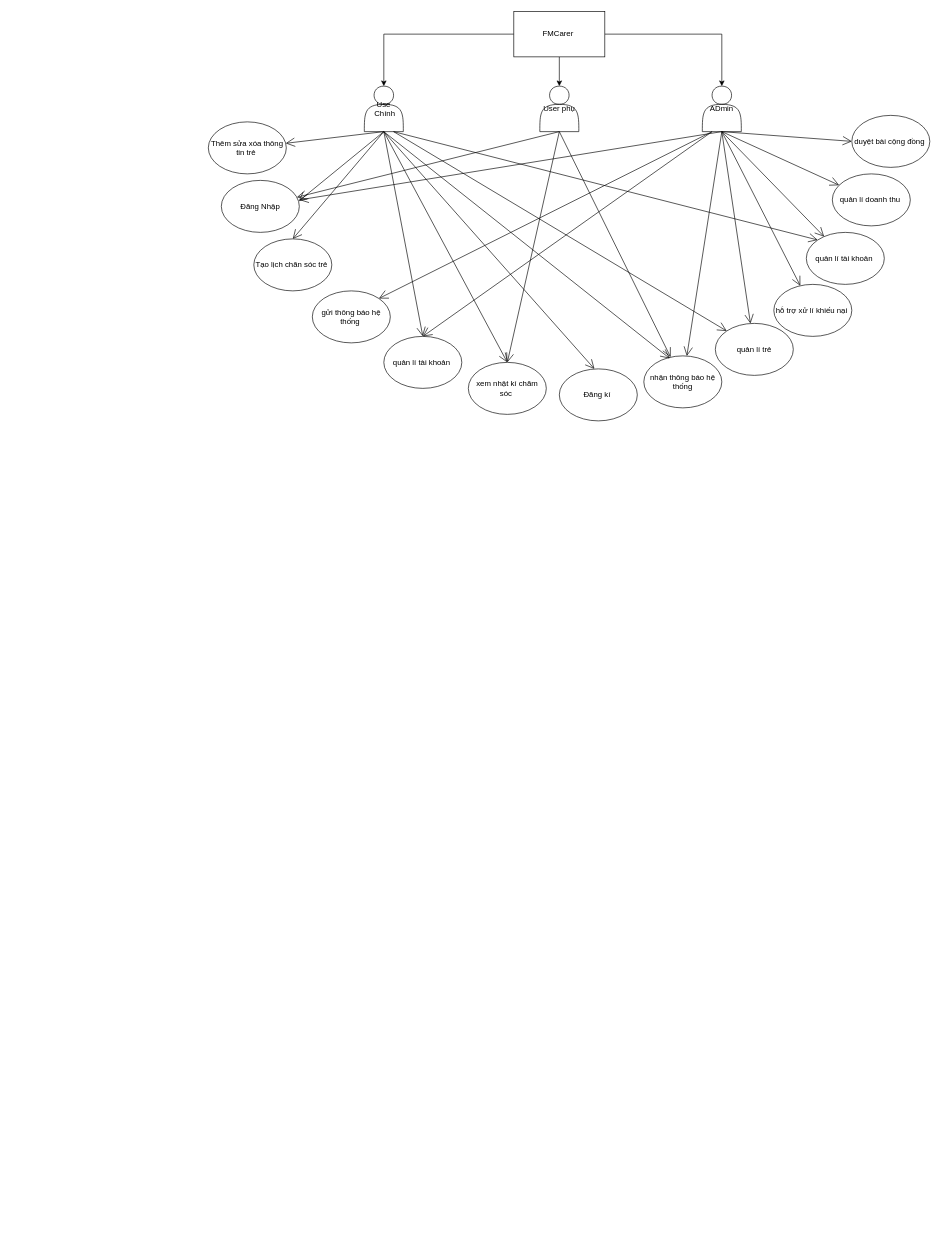
This is UseCase.drawio from NguyenTuanDat187/draw, a draw.io file, before an edit. Source tidied: cells renumbered, new cells numbered last; positions are measured from the earlier drawing's top-left corner, leaving out a move shared by most shapes. Both pictures are drawn from the tidied source at 65%, with x=0, y=0 at pixel (208, 11).
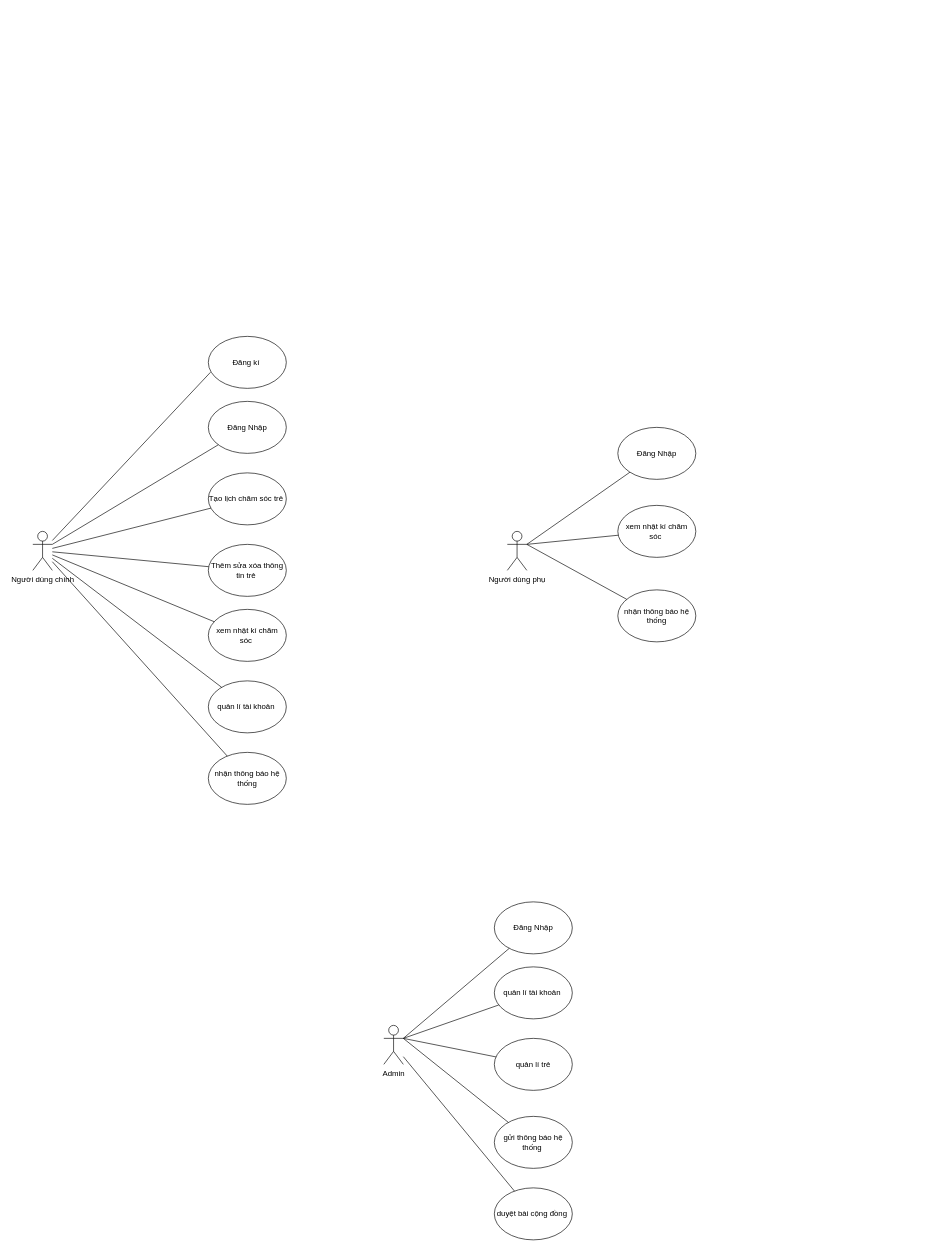
The same diagram, later.

Diff of the diagram source:
```diff
@@
-    <mxCell id="2" style="edgeStyle=orthogonalEdgeStyle;rounded=0;jettySize=auto;html=1;entryX=0.5;entryY=0;entryDx=0;entryDy=0;" parent="1" edge="1" source="5" target="6">
-      <mxGeometry relative="1" as="geometry" />
-    </mxCell>
-    <mxCell id="3" style="edgeStyle=orthogonalEdgeStyle;rounded=0;jettySize=auto;html=1;" parent="1" edge="1" source="5" target="8">
-      <mxGeometry relative="1" as="geometry" />
-    </mxCell>
-    <mxCell id="4" style="edgeStyle=orthogonalEdgeStyle;rounded=0;jettySize=auto;html=1;entryX=0.5;entryY=0;entryDx=0;entryDy=0;" parent="1" edge="1" source="5" target="7">
-      <mxGeometry relative="1" as="geometry" />
+    <mxCell id="4" style="edgeStyle=orthogonalEdgeStyle;rounded=0;orthogonalLoop=1;jettySize=auto;html=1;entryX=0.5;entryY=0;entryDx=0;entryDy=0;" parent="1" edge="1">
+      <mxGeometry relative="1" as="geometry">
+        <mxPoint x="540" y="70" as="sourcePoint" />
+      </mxGeometry>
     </mxCell>
-    <mxCell id="5" value="FMCarer&amp;nbsp;" style="rounded=0;whiteSpace=wrap;html=1;" parent="1" vertex="1">
-      <mxGeometry x="470" width="140" height="70" as="geometry" />
-    </mxCell>
-    <mxCell id="6" value="Use&lt;div&gt;&amp;nbsp;Chính&lt;/div&gt;" style="shape=actor;whiteSpace=wrap;html=1;" parent="1" vertex="1">
-      <mxGeometry x="240" y="115" width="60" height="70" as="geometry" />
-    </mxCell>
-    <mxCell id="7" value="User phụ" style="shape=actor;whiteSpace=wrap;html=1;" parent="1" vertex="1">
-      <mxGeometry x="510" y="115" width="60" height="70" as="geometry" />
-    </mxCell>
-    <mxCell id="8" value="ADmin" style="shape=actor;whiteSpace=wrap;html=1;" parent="1" vertex="1">
-      <mxGeometry x="760" y="115" width="60" height="70" as="geometry" />
-    </mxCell>
     <mxCell id="9" value="Đăng kí&amp;nbsp;" style="ellipse;whiteSpace=wrap;html=1;" parent="1" vertex="1">
-      <mxGeometry x="540" y="550" width="120" height="80" as="geometry" />
+      <mxGeometry y="500" width="120" height="80" as="geometry" />
     </mxCell>
     <mxCell id="10" value="Đăng Nhập" style="ellipse;whiteSpace=wrap;html=1;" parent="1" vertex="1">
-      <mxGeometry x="20" y="260" width="120" height="80" as="geometry" />
+      <mxGeometry y="600" width="120" height="80" as="geometry" />
     </mxCell>
     <mxCell id="11" value="Thêm sửa xóa thông tin trẻ&amp;nbsp;" style="ellipse;whiteSpace=wrap;html=1;" parent="1" vertex="1">
-      <mxGeometry y="170" width="120" height="80" as="geometry" />
+      <mxGeometry y="820" width="120" height="80" as="geometry" />
     </mxCell>
-    <mxCell id="12" value="Tạo lịch chăn sóc trẻ&amp;nbsp;" style="ellipse;whiteSpace=wrap;html=1;" parent="1" vertex="1">
-      <mxGeometry x="70" y="350" width="120" height="80" as="geometry" />
+    <mxCell id="12" value="Tạo lịch chăm sóc trẻ&amp;nbsp;" style="ellipse;whiteSpace=wrap;html=1;" parent="1" vertex="1">
+      <mxGeometry y="710" width="120" height="80" as="geometry" />
     </mxCell>
     <mxCell id="13" value="xem nhật kí chăm sóc&amp;nbsp;" style="ellipse;whiteSpace=wrap;html=1;" parent="1" vertex="1">
-      <mxGeometry x="400" y="540" width="120" height="80" as="geometry" />
+      <mxGeometry y="920" width="120" height="80" as="geometry" />
     </mxCell>
+    <mxCell id="15" value="quản lí tài khoản&amp;nbsp;" style="ellipse;whiteSpace=wrap;html=1;" parent="1" vertex="1">
+      <mxGeometry y="1030" width="120" height="80" as="geometry" />
+    </mxCell>
+    <mxCell id="18" value="nhận thông báo hệ thống" style="ellipse;whiteSpace=wrap;html=1;" parent="1" vertex="1">
+      <mxGeometry y="1140" width="120" height="80" as="geometry" />
+    </mxCell>
+    <mxCell id="43" value="Người dùng chính" style="shape=umlActor;verticalLabelPosition=bottom;verticalAlign=top;html=1;outlineConnect=0;" parent="1" vertex="1">
+      <mxGeometry x="-270" y="800" width="30" height="60" as="geometry" />
+    </mxCell>
+    <mxCell id="44" style="endArrow=none;html=1;rounded=0;entryX=0.028;entryY=0.69;entryDx=0;entryDy=0;entryPerimeter=0;" parent="1" edge="1" source="43" target="9">
+      <mxGeometry relative="1" as="geometry" />
+    </mxCell>
+    <mxCell id="45" style="endArrow=none;html=1;rounded=0;exitX=1;exitY=0.3333333333333333;exitDx=0;exitDy=0;exitPerimeter=0;" parent="1" edge="1" source="43" target="10">
+      <mxGeometry relative="1" as="geometry" />
+    </mxCell>
+    <mxCell id="46" style="endArrow=none;html=1;rounded=0;" parent="1" edge="1" source="43" target="12">
+      <mxGeometry relative="1" as="geometry" />
+    </mxCell>
+    <mxCell id="47" style="endArrow=none;html=1;rounded=0;" parent="1" edge="1" source="43" target="11">
+      <mxGeometry relative="1" as="geometry" />
+    </mxCell>
+    <mxCell id="48" style="endArrow=none;html=1;rounded=0;" parent="1" edge="1" source="43" target="13">
+      <mxGeometry relative="1" as="geometry" />
+    </mxCell>
+    <mxCell id="49" style="endArrow=none;html=1;rounded=0;" parent="1" edge="1" source="43" target="15">
+      <mxGeometry relative="1" as="geometry" />
+    </mxCell>
+    <mxCell id="50" style="endArrow=none;html=1;rounded=0;" parent="1" edge="1" source="43" target="18">
+      <mxGeometry relative="1" as="geometry" />
+    </mxCell>
+    <mxCell id="51" value="Người dùng phụ" style="shape=umlActor;verticalLabelPosition=bottom;verticalAlign=top;html=1;outlineConnect=0;" parent="1" vertex="1">
+      <mxGeometry x="460" y="800" width="30" height="60" as="geometry" />
+    </mxCell>
+    <mxCell id="52" value="xem nhật kí chăm sóc&amp;nbsp;" style="ellipse;whiteSpace=wrap;html=1;" parent="1" vertex="1">
+      <mxGeometry x="630" y="760" width="120" height="80" as="geometry" />
+    </mxCell>
+    <mxCell id="53" value="nhận thông báo hệ thống" style="ellipse;whiteSpace=wrap;html=1;" parent="1" vertex="1">
+      <mxGeometry x="630" y="890" width="120" height="80" as="geometry" />
+    </mxCell>
+    <mxCell id="54" style="endArrow=none;html=1;rounded=0;exitX=1;exitY=0.3333333333333333;exitDx=0;exitDy=0;exitPerimeter=0;" parent="1" edge="1" source="51" target="59">
+      <mxGeometry relative="1" as="geometry" />
+    </mxCell>
+    <mxCell id="55" style="endArrow=none;html=1;rounded=0;exitX=1;exitY=0.3333333333333333;exitDx=0;exitDy=0;exitPerimeter=0;" parent="1" edge="1" source="51" target="52">
+      <mxGeometry relative="1" as="geometry" />
+    </mxCell>
+    <mxCell id="56" style="endArrow=none;html=1;rounded=0;" parent="1" edge="1" target="53">
+      <mxGeometry relative="1" as="geometry">
+        <mxPoint x="490" y="820" as="sourcePoint" />
+      </mxGeometry>
+    </mxCell>
+    <mxCell id="57" value="Admin" style="shape=umlActor;verticalLabelPosition=bottom;verticalAlign=top;html=1;outlineConnect=0;" parent="1" vertex="1">
+      <mxGeometry x="270" y="1560" width="30" height="60" as="geometry" />
+    </mxCell>
     <mxCell id="14" value="quản lí trẻ" style="ellipse;whiteSpace=wrap;html=1;" parent="1" vertex="1">
-      <mxGeometry x="780" y="480" width="120" height="80" as="geometry" />
+      <mxGeometry x="440" y="1580" width="120" height="80" as="geometry" />
     </mxCell>
-    <mxCell id="15" value="quản lí tài khoản&amp;nbsp;" style="ellipse;whiteSpace=wrap;html=1;" parent="1" vertex="1">
-      <mxGeometry x="270" y="500" width="120" height="80" as="geometry" />
-    </mxCell>
-    <mxCell id="16" value="quản lí doanh thu&amp;nbsp;" style="ellipse;whiteSpace=wrap;html=1;" parent="1" vertex="1">
-      <mxGeometry x="960" y="250" width="120" height="80" as="geometry" />
-    </mxCell>
     <mxCell id="17" value="gửi thông báo hệ thống&amp;nbsp;" style="ellipse;whiteSpace=wrap;html=1;" parent="1" vertex="1">
-      <mxGeometry x="160" y="430" width="120" height="80" as="geometry" />
+      <mxGeometry x="440" y="1700" width="120" height="80" as="geometry" />
     </mxCell>
-    <mxCell id="18" value="nhận thông báo hệ thống" style="ellipse;whiteSpace=wrap;html=1;" parent="1" vertex="1">
-      <mxGeometry x="670" y="530" width="120" height="80" as="geometry" />
-    </mxCell>
     <mxCell id="19" value="quản lí tài khoản&amp;nbsp;" style="ellipse;whiteSpace=wrap;html=1;" parent="1" vertex="1">
-      <mxGeometry x="920" y="340" width="120" height="80" as="geometry" />
+      <mxGeometry x="440" y="1470" width="120" height="80" as="geometry" />
     </mxCell>
-    <mxCell id="20" value="hỗ trợ xử lí khiếu nại&amp;nbsp;" style="ellipse;whiteSpace=wrap;html=1;" parent="1" vertex="1">
-      <mxGeometry x="870" y="420" width="120" height="80" as="geometry" />
-    </mxCell>
     <mxCell id="21" value="duyệt bài cộng đồng&amp;nbsp;" style="ellipse;whiteSpace=wrap;html=1;" parent="1" vertex="1">
-      <mxGeometry x="990" y="160" width="120" height="80" as="geometry" />
+      <mxGeometry x="440" y="1810" width="120" height="80" as="geometry" />
     </mxCell>
-    <mxCell id="22" style="endArrow=open;endFill=1;endSize=12;html=1;rounded=0;exitX=0.5;exitY=1;exitDx=0;exitDy=0;" parent="1" edge="1" source="6" target="11">
-      <mxGeometry relative="1" as="geometry" />
-    </mxCell>
-    <mxCell id="23" style="endArrow=open;endFill=1;endSize=12;html=1;rounded=0;exitX=0.5;exitY=1;exitDx=0;exitDy=0;entryX=0.992;entryY=0.4;entryDx=0;entryDy=0;entryPerimeter=0;" parent="1" edge="1" source="6" target="10">
-      <mxGeometry relative="1" as="geometry" />
-    </mxCell>
-    <mxCell id="24" style="endArrow=open;endFill=1;endSize=12;html=1;rounded=0;exitX=0.5;exitY=1;exitDx=0;exitDy=0;entryX=0.5;entryY=0;entryDx=0;entryDy=0;" parent="1" edge="1" source="6" target="12">
-      <mxGeometry relative="1" as="geometry" />
-    </mxCell>
-    <mxCell id="25" style="endArrow=open;endFill=1;endSize=12;html=1;rounded=0;exitX=0.5;exitY=1;exitDx=0;exitDy=0;entryX=0.5;entryY=0;entryDx=0;entryDy=0;" parent="1" edge="1" source="6" target="15">
-      <mxGeometry relative="1" as="geometry" />
-    </mxCell>
-    <mxCell id="26" style="endArrow=open;endFill=1;endSize=12;html=1;rounded=0;exitX=0.5;exitY=1;exitDx=0;exitDy=0;entryX=0.5;entryY=0;entryDx=0;entryDy=0;" parent="1" edge="1" source="6" target="13">
-      <mxGeometry relative="1" as="geometry" />
-    </mxCell>
-    <mxCell id="27" style="endArrow=open;endFill=1;endSize=12;html=1;rounded=0;exitX=0.5;exitY=1;exitDx=0;exitDy=0;entryX=0.5;entryY=0;entryDx=0;entryDy=0;" parent="1" edge="1" source="7" target="13">
-      <mxGeometry relative="1" as="geometry" />
-    </mxCell>
-    <mxCell id="28" style="endArrow=open;endFill=1;endSize=12;html=1;rounded=0;exitX=0.5;exitY=1;exitDx=0;exitDy=0;" parent="1" edge="1" source="7" target="10">
-      <mxGeometry relative="1" as="geometry" />
-    </mxCell>
-    <mxCell id="29" style="endArrow=open;endFill=1;endSize=12;html=1;rounded=0;exitX=0.5;exitY=1;exitDx=0;exitDy=0;entryX=0.45;entryY=0;entryDx=0;entryDy=0;entryPerimeter=0;" parent="1" edge="1" source="6" target="9">
-      <mxGeometry relative="1" as="geometry" />
-    </mxCell>
-    <mxCell id="30" style="endArrow=open;endFill=1;endSize=12;html=1;rounded=0;exitX=0.5;exitY=1;exitDx=0;exitDy=0;entryX=0.333;entryY=0.05;entryDx=0;entryDy=0;entryPerimeter=0;" parent="1" edge="1" source="6" target="18">
-      <mxGeometry relative="1" as="geometry" />
-    </mxCell>
-    <mxCell id="31" style="endArrow=open;endFill=1;endSize=12;html=1;rounded=0;exitX=0.75;exitY=1;exitDx=0;exitDy=0;entryX=0;entryY=0;entryDx=0;entryDy=0;" parent="1" edge="1" source="6" target="14">
-      <mxGeometry relative="1" as="geometry" />
-    </mxCell>
-    <mxCell id="32" style="endArrow=open;endFill=1;endSize=12;html=1;rounded=0;exitX=0.5;exitY=1;exitDx=0;exitDy=0;entryX=0;entryY=0.5;entryDx=0;entryDy=0;" parent="1" edge="1" source="8" target="21">
-      <mxGeometry relative="1" as="geometry" />
-    </mxCell>
-    <mxCell id="33" style="endArrow=open;endFill=1;endSize=12;html=1;rounded=0;exitX=0.5;exitY=1;exitDx=0;exitDy=0;" parent="1" edge="1" source="8" target="16">
-      <mxGeometry relative="1" as="geometry" />
-    </mxCell>
-    <mxCell id="34" style="endArrow=open;endFill=1;endSize=12;html=1;rounded=0;exitX=0.5;exitY=1;exitDx=0;exitDy=0;" parent="1" edge="1" source="8" target="19">
-      <mxGeometry relative="1" as="geometry" />
-    </mxCell>
-    <mxCell id="35" style="endArrow=open;endFill=1;endSize=12;html=1;rounded=0;exitX=0.75;exitY=1;exitDx=0;exitDy=0;entryX=0;entryY=0;entryDx=0;entryDy=0;" parent="1" edge="1" source="6" target="19">
-      <mxGeometry relative="1" as="geometry" />
-    </mxCell>
-    <mxCell id="36" style="endArrow=open;endFill=1;endSize=12;html=1;rounded=0;exitX=0.5;exitY=1;exitDx=0;exitDy=0;" parent="1" edge="1" source="7" target="18">
-      <mxGeometry relative="1" as="geometry" />
-    </mxCell>
-    <mxCell id="37" style="endArrow=open;endFill=1;endSize=12;html=1;rounded=0;exitX=0.5;exitY=1;exitDx=0;exitDy=0;" parent="1" edge="1" source="8" target="20">
-      <mxGeometry relative="1" as="geometry" />
-    </mxCell>
-    <mxCell id="38" style="endArrow=open;endFill=1;endSize=12;html=1;rounded=0;exitX=0.5;exitY=1;exitDx=0;exitDy=0;" parent="1" edge="1" source="8" target="14">
-      <mxGeometry relative="1" as="geometry" />
-    </mxCell>
-    <mxCell id="39" style="endArrow=open;endFill=1;endSize=12;html=1;rounded=0;exitX=0.5;exitY=1;exitDx=0;exitDy=0;" parent="1" edge="1" source="8" target="18">
-      <mxGeometry relative="1" as="geometry" />
-    </mxCell>
-    <mxCell id="40" style="endArrow=open;endFill=1;endSize=12;html=1;rounded=0;exitX=0.5;exitY=1;exitDx=0;exitDy=0;" parent="1" edge="1" source="8">
-      <mxGeometry relative="1" as="geometry">
-        <mxPoint x="140" y="290" as="targetPoint" />
-      </mxGeometry>
-    </mxCell>
-    <mxCell id="41" style="endArrow=open;endFill=1;endSize=12;html=1;rounded=0;entryX=0.5;entryY=0;entryDx=0;entryDy=0;exitX=0.25;exitY=1;exitDx=0;exitDy=0;" parent="1" edge="1" source="8" target="15">
-      <mxGeometry relative="1" as="geometry" />
-    </mxCell>
-    <mxCell id="42" style="endArrow=open;endFill=1;endSize=12;html=1;rounded=0;entryX=1;entryY=0;entryDx=0;entryDy=0;exitX=0.25;exitY=1;exitDx=0;exitDy=0;" parent="1" edge="1" source="8" target="17">
-      <mxGeometry relative="1" as="geometry" />
-    </mxCell>
+    <mxCell id="58" value="Đăng Nhập" style="ellipse;whiteSpace=wrap;html=1;" parent="1" vertex="1">
+      <mxGeometry x="440" y="1370" width="120" height="80" as="geometry" />
+    </mxCell>
+    <mxCell id="59" value="Đăng Nhập" style="ellipse;whiteSpace=wrap;html=1;" parent="1" vertex="1">
+      <mxGeometry x="630" y="640" width="120" height="80" as="geometry" />
+    </mxCell>
+    <mxCell id="60" style="endArrow=none;html=1;rounded=0;exitX=1;exitY=0.3333333333333333;exitDx=0;exitDy=0;exitPerimeter=0;" parent="1" edge="1" source="57" target="58">
+      <mxGeometry relative="1" as="geometry" />
+    </mxCell>
+    <mxCell id="61" style="endArrow=none;html=1;rounded=0;exitX=1;exitY=0.3333333333333333;exitDx=0;exitDy=0;exitPerimeter=0;" parent="1" edge="1" source="57" target="19">
+      <mxGeometry relative="1" as="geometry" />
+    </mxCell>
+    <mxCell id="62" style="endArrow=none;html=1;rounded=0;exitX=1;exitY=0.3333333333333333;exitDx=0;exitDy=0;exitPerimeter=0;" parent="1" edge="1" source="57" target="14">
+      <mxGeometry relative="1" as="geometry" />
+    </mxCell>
+    <mxCell id="63" style="endArrow=none;html=1;rounded=0;exitX=1;exitY=0.3333333333333333;exitDx=0;exitDy=0;exitPerimeter=0;" parent="1" edge="1" source="57" target="17">
+      <mxGeometry relative="1" as="geometry" />
+    </mxCell>
+    <mxCell id="64" style="endArrow=none;html=1;rounded=0;" parent="1" edge="1" source="57" target="21">
+      <mxGeometry relative="1" as="geometry" />
+    </mxCell>
```
